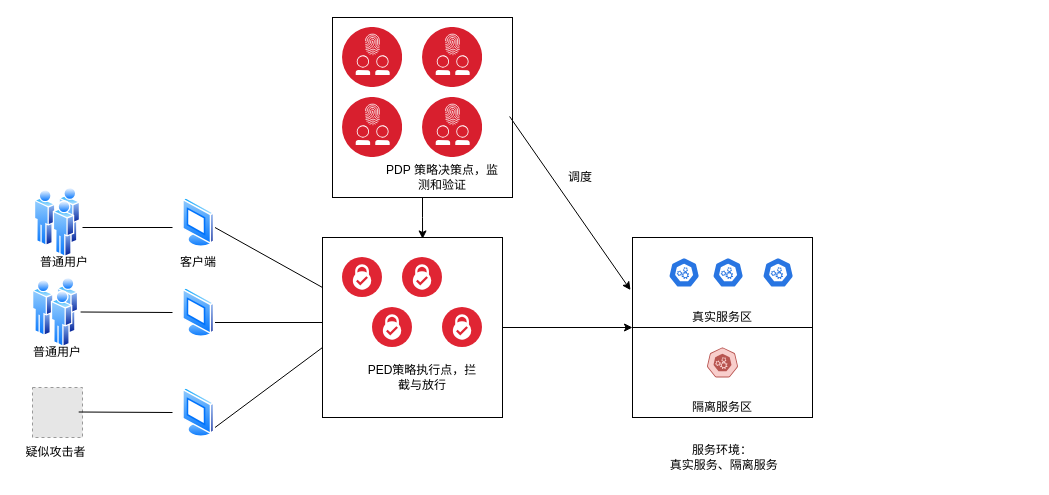
Above: isolate.drawio in Norton-Lin/Picture (draw.io), before the change. Source tidied: cells renumbered, new cells numbered last; positions are measured from the earlier drawing's top-left corner, leaving out a move shared by most shapes. Both pictures are drawn from the tidied source at 100%, with x=0, y=0 at pixel (17, 17). Pictures stored in the file or linked from it are replaced by grey dashed boxes.
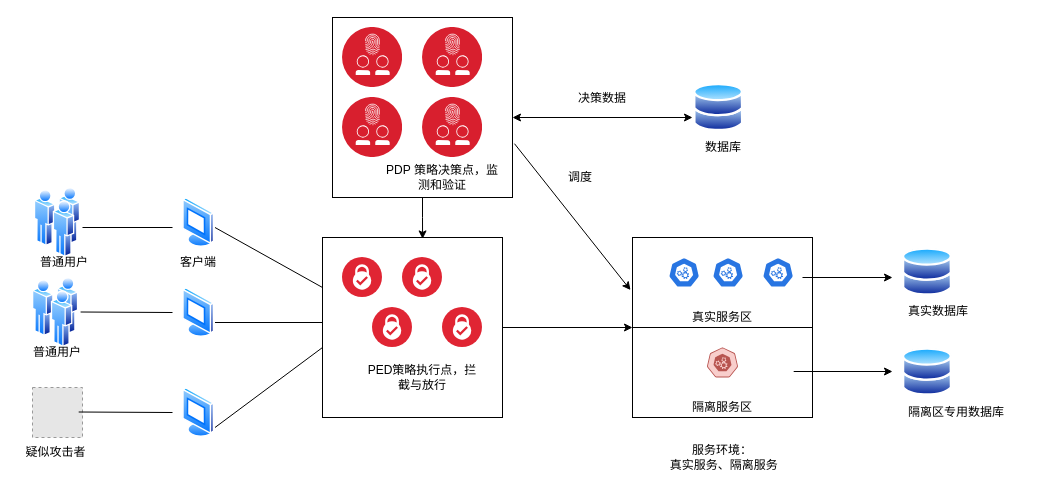
After the change.

Unchanged cells that the change refers to:
```xml
<mxCell id="2" style="whiteSpace=wrap;html=1;" parent="1" vertex="1">
  <mxGeometry x="315" width="180" height="180" as="geometry" />
</mxCell>
<mxCell id="32" style="whiteSpace=wrap;html=1;" parent="1" vertex="1">
  <mxGeometry x="615" y="220" width="180" height="180" as="geometry" />
</mxCell>
```

What changed in the source:
```diff
@@
-    <mxCell id="36" style="endArrow=classic;html=1;rounded=0;exitX=0.984;exitY=0.55;exitDx=0;exitDy=0;exitPerimeter=0;entryX=-0.011;entryY=0.292;entryDx=0;entryDy=0;entryPerimeter=0;" parent="1" edge="1" source="2" target="32">
+    <mxCell id="36" style="endArrow=classic;html=1;rounded=0;entryX=-0.011;entryY=0.292;entryDx=0;entryDy=0;entryPerimeter=0;exitX=1.011;exitY=0.701;exitDx=0;exitDy=0;exitPerimeter=0;" parent="1" edge="1" source="2" target="32">
       <mxGeometry relative="1" as="geometry" />
     </mxCell>
@@
+    <mxCell id="43" style="image;perimeter=ellipsePerimeter;html=1;align=center;shadow=0;dashed=0;spacingTop=3;image=img/lib/active_directory/databases.svg;" parent="1" vertex="1">
+      <mxGeometry x="676.2" y="65.5" width="50" height="49" as="geometry" />
+    </mxCell>
+    <mxCell id="44" value="数据库" style="text;strokeColor=none;fillColor=none;align=left;verticalAlign=middle;spacingLeft=4;spacingRight=4;overflow=hidden;whiteSpace=wrap;html=1;" parent="1" vertex="1">
+      <mxGeometry x="682.2" y="115" width="80" height="30" as="geometry" />
+    </mxCell>
+    <mxCell id="45" style="endArrow=classic;startArrow=classic;html=1;rounded=0;" parent="1" edge="1">
+      <mxGeometry relative="1" as="geometry">
+        <mxPoint x="495" y="100" as="sourcePoint" />
+        <mxPoint x="675" y="100" as="targetPoint" />
+      </mxGeometry>
+    </mxCell>
+    <mxCell id="46" value="决策数据" style="text;strokeColor=none;fillColor=none;align=left;verticalAlign=middle;spacingLeft=4;spacingRight=4;overflow=hidden;whiteSpace=wrap;html=1;" parent="1" vertex="1">
+      <mxGeometry x="555" y="66" width="80" height="30" as="geometry" />
+    </mxCell>
+    <mxCell id="47" style="endArrow=classic;html=1;rounded=0;" parent="1" edge="1">
+      <mxGeometry relative="1" as="geometry">
+        <mxPoint x="785" y="260" as="sourcePoint" />
+        <mxPoint x="875" y="260" as="targetPoint" />
+      </mxGeometry>
+    </mxCell>
+    <mxCell id="48" style="image;perimeter=ellipsePerimeter;html=1;align=center;shadow=0;dashed=0;spacingTop=3;image=img/lib/active_directory/databases.svg;" parent="1" vertex="1">
+      <mxGeometry x="885" y="230" width="50" height="49" as="geometry" />
+    </mxCell>
+    <mxCell id="49" value="真实数据库" style="text;strokeColor=none;fillColor=none;align=left;verticalAlign=middle;spacingLeft=4;spacingRight=4;overflow=hidden;whiteSpace=wrap;html=1;" parent="1" vertex="1">
+      <mxGeometry x="885" y="279" width="80" height="30" as="geometry" />
+    </mxCell>
+    <mxCell id="50" style="image;perimeter=ellipsePerimeter;html=1;align=center;shadow=0;dashed=0;spacingTop=3;image=img/lib/active_directory/databases.svg;" parent="1" vertex="1">
+      <mxGeometry x="885" y="330" width="50" height="49" as="geometry" />
+    </mxCell>
+    <mxCell id="51" style="endArrow=classic;html=1;rounded=0;" parent="1" edge="1">
+      <mxGeometry relative="1" as="geometry">
+        <mxPoint x="776.2" y="354" as="sourcePoint" />
+        <mxPoint x="875" y="354" as="targetPoint" />
+      </mxGeometry>
+    </mxCell>
+    <mxCell id="52" value="隔离区专用数据库" style="text;strokeColor=none;fillColor=none;align=left;verticalAlign=middle;spacingLeft=4;spacingRight=4;overflow=hidden;whiteSpace=wrap;html=1;" parent="1" vertex="1">
+      <mxGeometry x="885" y="380" width="130" height="30" as="geometry" />
+    </mxCell>
```
